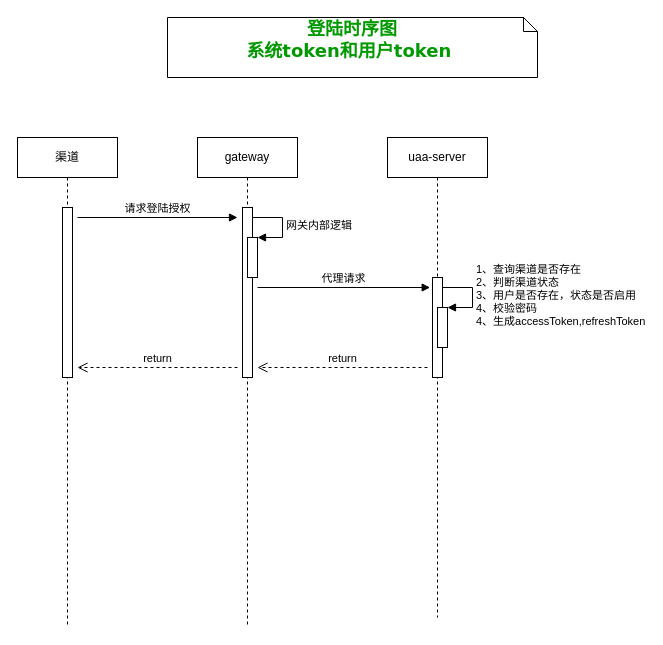
Gopanpan/Gopan-drawing keeps this draw.io diagram as Juzi/登陆流程.drawio. Above is the earlier version. Source tidied: cells renumbered, new cells numbered last; positions are measured from the earlier drawing's top-left corner, leaving out a move shared by most shapes. Both pictures are drawn from the tidied source at 100%, with x=0, y=0 at pixel (17, 17).
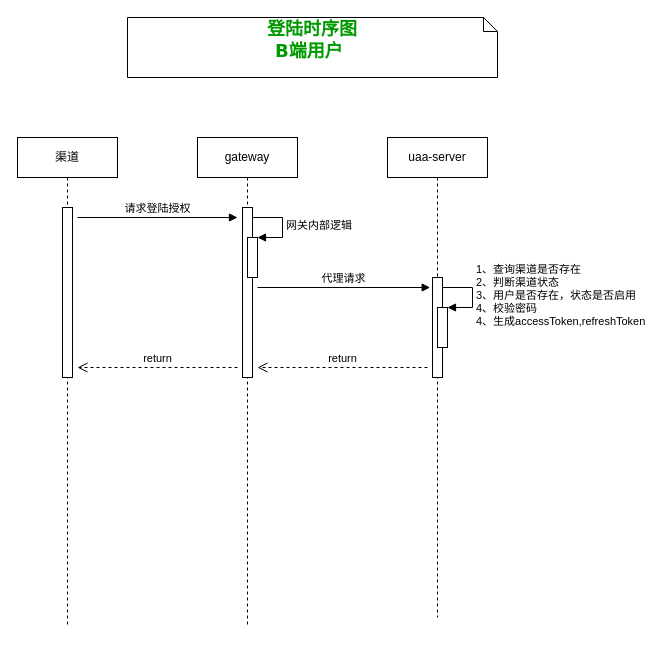
Above is the later version.

What changed in the source:
```diff
@@
-    <mxCell id="2" value="&lt;font style=&quot;font-size: 18px&quot;&gt;&lt;b&gt;&lt;font color=&quot;#009900&quot;&gt;登陆时序图&lt;br&gt;系统token和用户token&amp;nbsp;&lt;br&gt;&lt;/font&gt;&lt;br&gt;&lt;/b&gt;&lt;/font&gt;" style="shape=note;whiteSpace=wrap;html=1;size=14;verticalAlign=top;align=center;spacingTop=-6;rounded=0;shadow=0;comic=0;labelBackgroundColor=none;strokeWidth=1;fontFamily=Verdana;fontSize=12;" parent="1" vertex="1">
-      <mxGeometry x="150" width="370" height="60" as="geometry" />
+    <mxCell id="2" value="&lt;font style=&quot;font-size: 18px&quot;&gt;&lt;b&gt;&lt;font color=&quot;#009900&quot;&gt;登陆时序图&lt;br&gt;B端用户&amp;nbsp;&lt;br&gt;&lt;/font&gt;&lt;br&gt;&lt;/b&gt;&lt;/font&gt;" style="shape=note;whiteSpace=wrap;html=1;size=14;verticalAlign=top;align=center;spacingTop=-6;rounded=0;shadow=0;comic=0;labelBackgroundColor=none;strokeWidth=1;fontFamily=Verdana;fontSize=12;" parent="1" vertex="1">
+      <mxGeometry x="110" width="370" height="60" as="geometry" />
     </mxCell>
```
